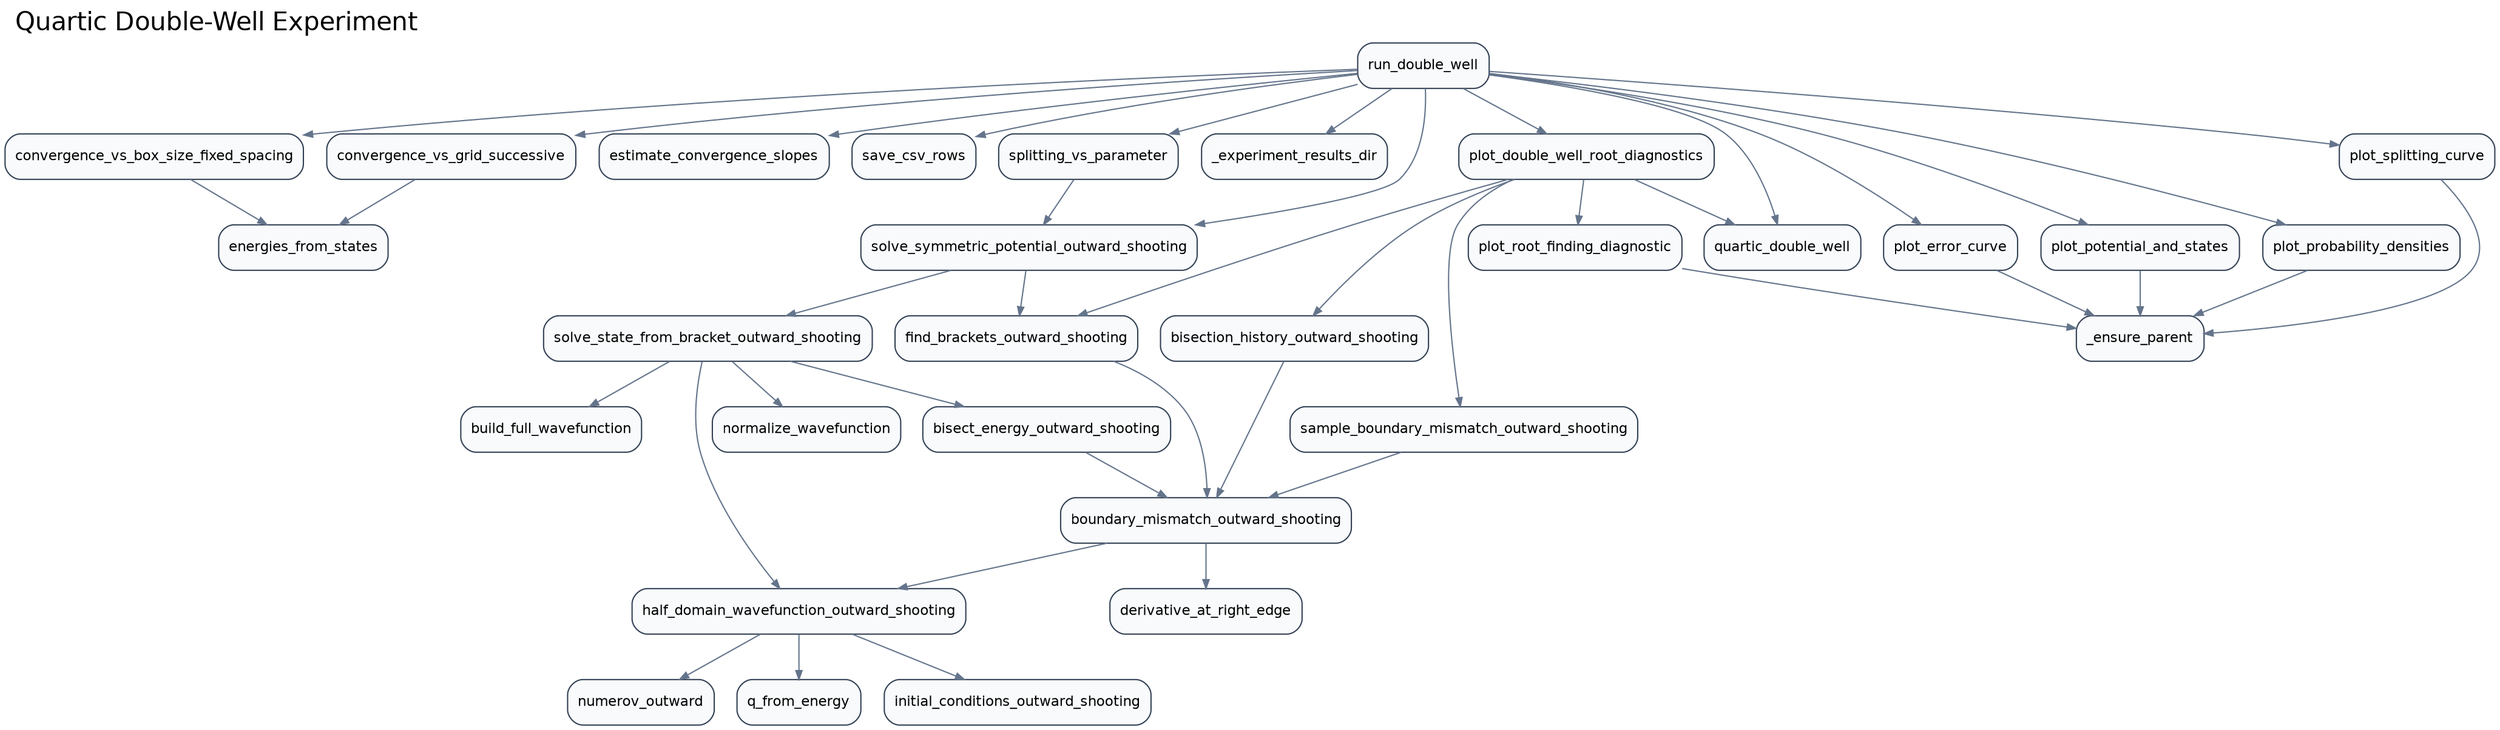
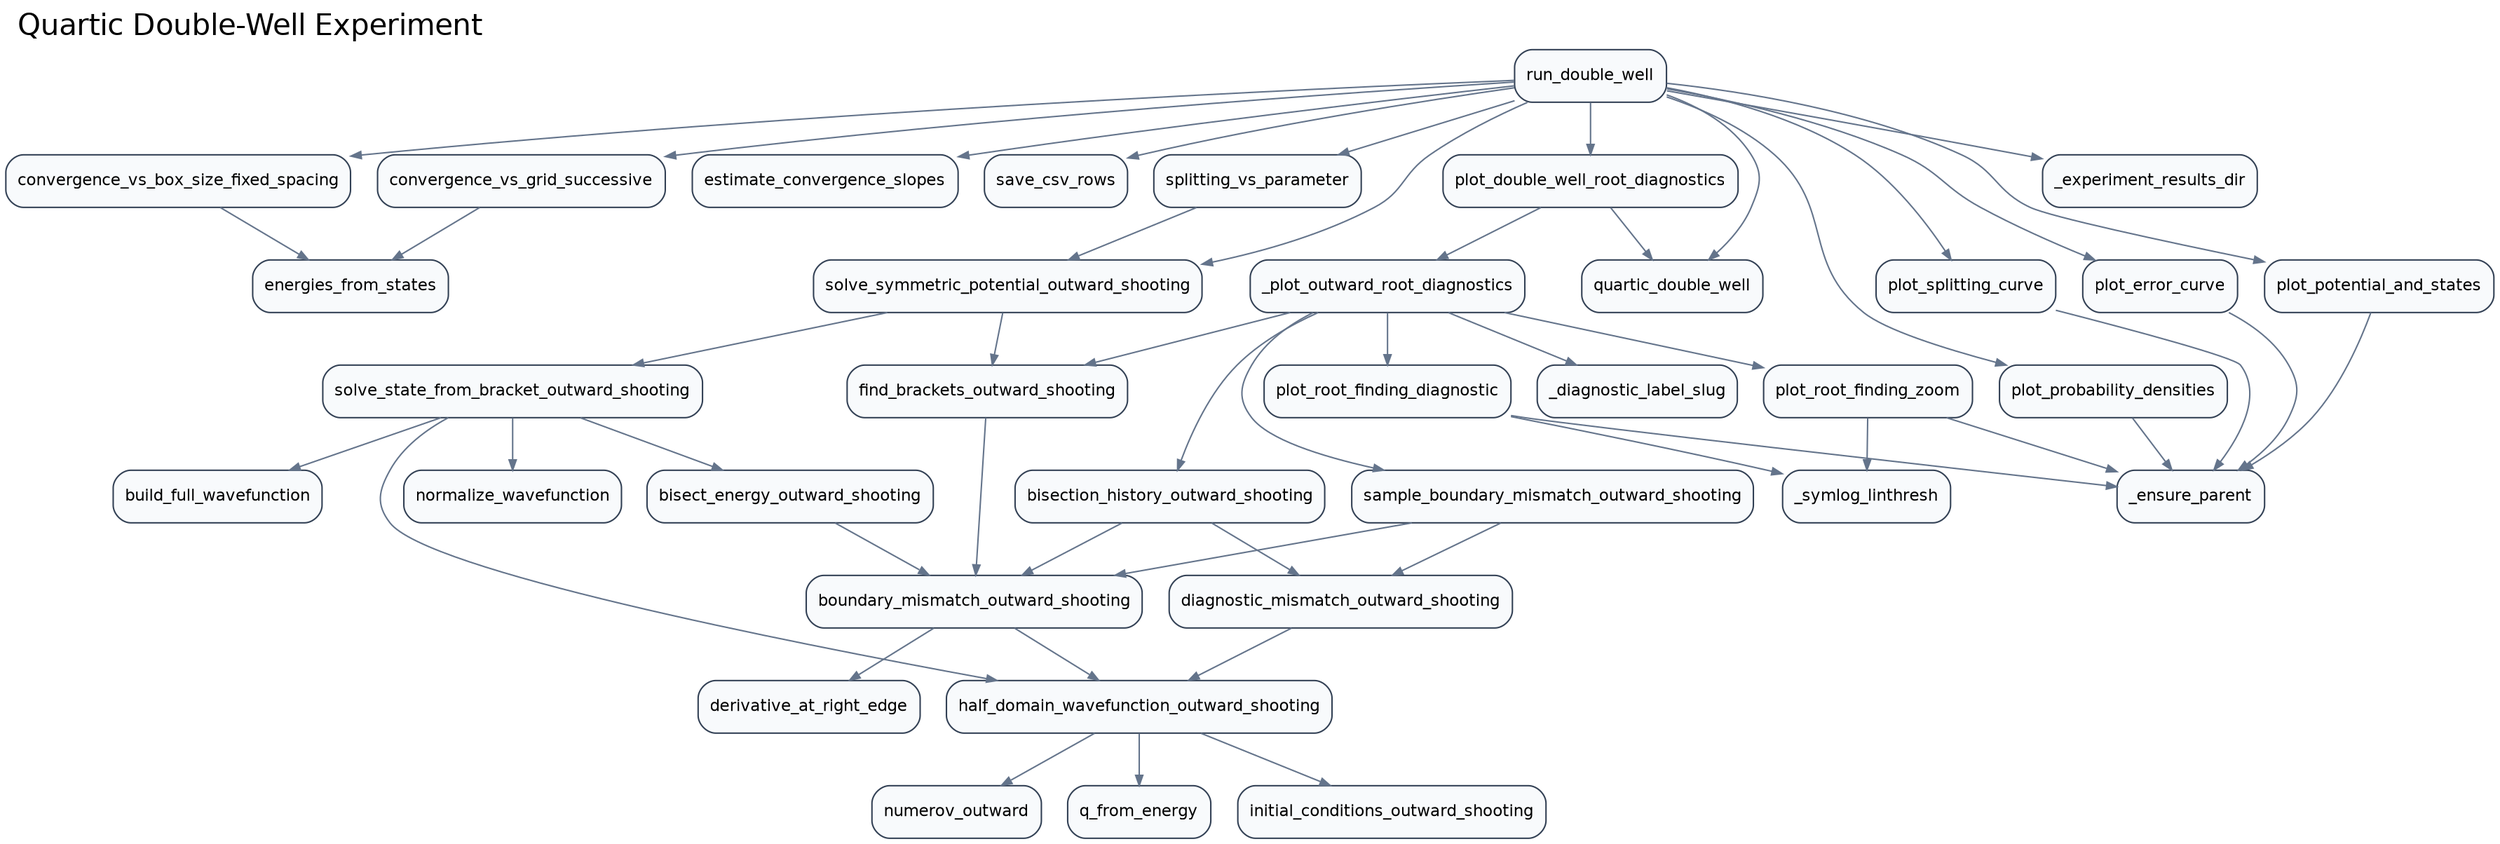
digraph G {
  rankdir="TB";
  graph [labeljust="l", labelloc="t", fontsize=20, fontname="Helvetica"];
  label="Quartic Double-Well Experiment";
  node [shape=box, style="rounded,filled", fillcolor="#F8FAFC", color="#334155", fontname="Helvetica", fontsize=11];
  edge [color="#64748B", arrowsize=0.7];
  src_analysis_convergence_vs_box_size_fixed_spacing [label="convergence_vs_box_size_fixed_spacing"];
  src_analysis_convergence_vs_grid_successive [label="convergence_vs_grid_successive"];
  src_analysis_energies_from_states [label="energies_from_states"];
  src_analysis_estimate_convergence_slopes [label="estimate_convergence_slopes"];
  src_analysis_save_csv_rows [label="save_csv_rows"];
  src_analysis_splitting_vs_parameter [label="splitting_vs_parameter"];
+   src_diagnostics__diagnostic_label_slug [label="_diagnostic_label_slug"];
+   src_diagnostics__plot_outward_root_diagnostics [label="_plot_outward_root_diagnostics"];
+   src_diagnostics_plot_double_well_root_diagnostics [label="plot_double_well_root_diagnostics"];
  src_experiments__experiment_results_dir [label="_experiment_results_dir"];
-   src_experiments_plot_double_well_root_diagnostics [label="plot_double_well_root_diagnostics"];
  src_experiments_run_double_well [label="run_double_well"];
  src_numerov_derivative_at_right_edge [label="derivative_at_right_edge"];
  src_numerov_normalize_wavefunction [label="normalize_wavefunction"];
  src_numerov_numerov_outward [label="numerov_outward"];
  src_numerov_q_from_energy [label="q_from_energy"];
  src_plotting__ensure_parent [label="_ensure_parent"];
+   src_plotting__symlog_linthresh [label="_symlog_linthresh"];
  src_plotting_plot_error_curve [label="plot_error_curve"];
  src_plotting_plot_potential_and_states [label="plot_potential_and_states"];
  src_plotting_plot_probability_densities [label="plot_probability_densities"];
  src_plotting_plot_root_finding_diagnostic [label="plot_root_finding_diagnostic"];
+   src_plotting_plot_root_finding_zoom [label="plot_root_finding_zoom"];
  src_plotting_plot_splitting_curve [label="plot_splitting_curve"];
  src_potentials_quartic_double_well [label="quartic_double_well"];
  src_shooting_bisect_energy_outward_shooting [label="bisect_energy_outward_shooting"];
  src_shooting_bisection_history_outward_shooting [label="bisection_history_outward_shooting"];
  src_shooting_boundary_mismatch_outward_shooting [label="boundary_mismatch_outward_shooting"];
  src_shooting_build_full_wavefunction [label="build_full_wavefunction"];
+   src_shooting_diagnostic_mismatch_outward_shooting [label="diagnostic_mismatch_outward_shooting"];
  src_shooting_find_brackets_outward_shooting [label="find_brackets_outward_shooting"];
  src_shooting_half_domain_wavefunction_outward_shooting [label="half_domain_wavefunction_outward_shooting"];
  src_shooting_initial_conditions_outward_shooting [label="initial_conditions_outward_shooting"];
  src_shooting_sample_boundary_mismatch_outward_shooting [label="sample_boundary_mismatch_outward_shooting"];
  src_shooting_solve_state_from_bracket_outward_shooting [label="solve_state_from_bracket_outward_shooting"];
  src_shooting_solve_symmetric_potential_outward_shooting [label="solve_symmetric_potential_outward_shooting"];
  src_analysis_convergence_vs_box_size_fixed_spacing -> src_analysis_energies_from_states;
  src_analysis_convergence_vs_grid_successive -> src_analysis_energies_from_states;
  src_analysis_splitting_vs_parameter -> src_shooting_solve_symmetric_potential_outward_shooting;
-   src_experiments_plot_double_well_root_diagnostics -> src_plotting_plot_root_finding_diagnostic;
-   src_experiments_plot_double_well_root_diagnostics -> src_potentials_quartic_double_well;
-   src_experiments_plot_double_well_root_diagnostics -> src_shooting_bisection_history_outward_shooting;
-   src_experiments_plot_double_well_root_diagnostics -> src_shooting_find_brackets_outward_shooting;
-   src_experiments_plot_double_well_root_diagnostics -> src_shooting_sample_boundary_mismatch_outward_shooting;
+   src_diagnostics__plot_outward_root_diagnostics -> src_diagnostics__diagnostic_label_slug;
+   src_diagnostics__plot_outward_root_diagnostics -> src_plotting_plot_root_finding_diagnostic;
+   src_diagnostics__plot_outward_root_diagnostics -> src_plotting_plot_root_finding_zoom;
+   src_diagnostics__plot_outward_root_diagnostics -> src_shooting_bisection_history_outward_shooting;
+   src_diagnostics__plot_outward_root_diagnostics -> src_shooting_find_brackets_outward_shooting;
+   src_diagnostics__plot_outward_root_diagnostics -> src_shooting_sample_boundary_mismatch_outward_shooting;
+   src_diagnostics_plot_double_well_root_diagnostics -> src_diagnostics__plot_outward_root_diagnostics;
+   src_diagnostics_plot_double_well_root_diagnostics -> src_potentials_quartic_double_well;
  src_experiments_run_double_well -> src_analysis_convergence_vs_box_size_fixed_spacing;
  src_experiments_run_double_well -> src_analysis_convergence_vs_grid_successive;
  src_experiments_run_double_well -> src_analysis_estimate_convergence_slopes;
  src_experiments_run_double_well -> src_analysis_save_csv_rows;
  src_experiments_run_double_well -> src_analysis_splitting_vs_parameter;
+   src_experiments_run_double_well -> src_diagnostics_plot_double_well_root_diagnostics;
  src_experiments_run_double_well -> src_experiments__experiment_results_dir;
-   src_experiments_run_double_well -> src_experiments_plot_double_well_root_diagnostics;
  src_experiments_run_double_well -> src_plotting_plot_error_curve;
  src_experiments_run_double_well -> src_plotting_plot_potential_and_states;
  src_experiments_run_double_well -> src_plotting_plot_probability_densities;
  src_experiments_run_double_well -> src_plotting_plot_splitting_curve;
  src_experiments_run_double_well -> src_potentials_quartic_double_well;
  src_experiments_run_double_well -> src_shooting_solve_symmetric_potential_outward_shooting;
  src_plotting_plot_error_curve -> src_plotting__ensure_parent;
  src_plotting_plot_potential_and_states -> src_plotting__ensure_parent;
  src_plotting_plot_probability_densities -> src_plotting__ensure_parent;
  src_plotting_plot_root_finding_diagnostic -> src_plotting__ensure_parent;
+   src_plotting_plot_root_finding_diagnostic -> src_plotting__symlog_linthresh;
+   src_plotting_plot_root_finding_zoom -> src_plotting__ensure_parent;
+   src_plotting_plot_root_finding_zoom -> src_plotting__symlog_linthresh;
  src_plotting_plot_splitting_curve -> src_plotting__ensure_parent;
  src_shooting_bisect_energy_outward_shooting -> src_shooting_boundary_mismatch_outward_shooting;
  src_shooting_bisection_history_outward_shooting -> src_shooting_boundary_mismatch_outward_shooting;
+   src_shooting_bisection_history_outward_shooting -> src_shooting_diagnostic_mismatch_outward_shooting;
  src_shooting_boundary_mismatch_outward_shooting -> src_numerov_derivative_at_right_edge;
  src_shooting_boundary_mismatch_outward_shooting -> src_shooting_half_domain_wavefunction_outward_shooting;
+   src_shooting_diagnostic_mismatch_outward_shooting -> src_shooting_half_domain_wavefunction_outward_shooting;
  src_shooting_find_brackets_outward_shooting -> src_shooting_boundary_mismatch_outward_shooting;
  src_shooting_half_domain_wavefunction_outward_shooting -> src_numerov_numerov_outward;
  src_shooting_half_domain_wavefunction_outward_shooting -> src_numerov_q_from_energy;
  src_shooting_half_domain_wavefunction_outward_shooting -> src_shooting_initial_conditions_outward_shooting;
  src_shooting_sample_boundary_mismatch_outward_shooting -> src_shooting_boundary_mismatch_outward_shooting;
+   src_shooting_sample_boundary_mismatch_outward_shooting -> src_shooting_diagnostic_mismatch_outward_shooting;
  src_shooting_solve_state_from_bracket_outward_shooting -> src_numerov_normalize_wavefunction;
  src_shooting_solve_state_from_bracket_outward_shooting -> src_shooting_bisect_energy_outward_shooting;
  src_shooting_solve_state_from_bracket_outward_shooting -> src_shooting_build_full_wavefunction;
  src_shooting_solve_state_from_bracket_outward_shooting -> src_shooting_half_domain_wavefunction_outward_shooting;
  src_shooting_solve_symmetric_potential_outward_shooting -> src_shooting_find_brackets_outward_shooting;
  src_shooting_solve_symmetric_potential_outward_shooting -> src_shooting_solve_state_from_bracket_outward_shooting;
}
